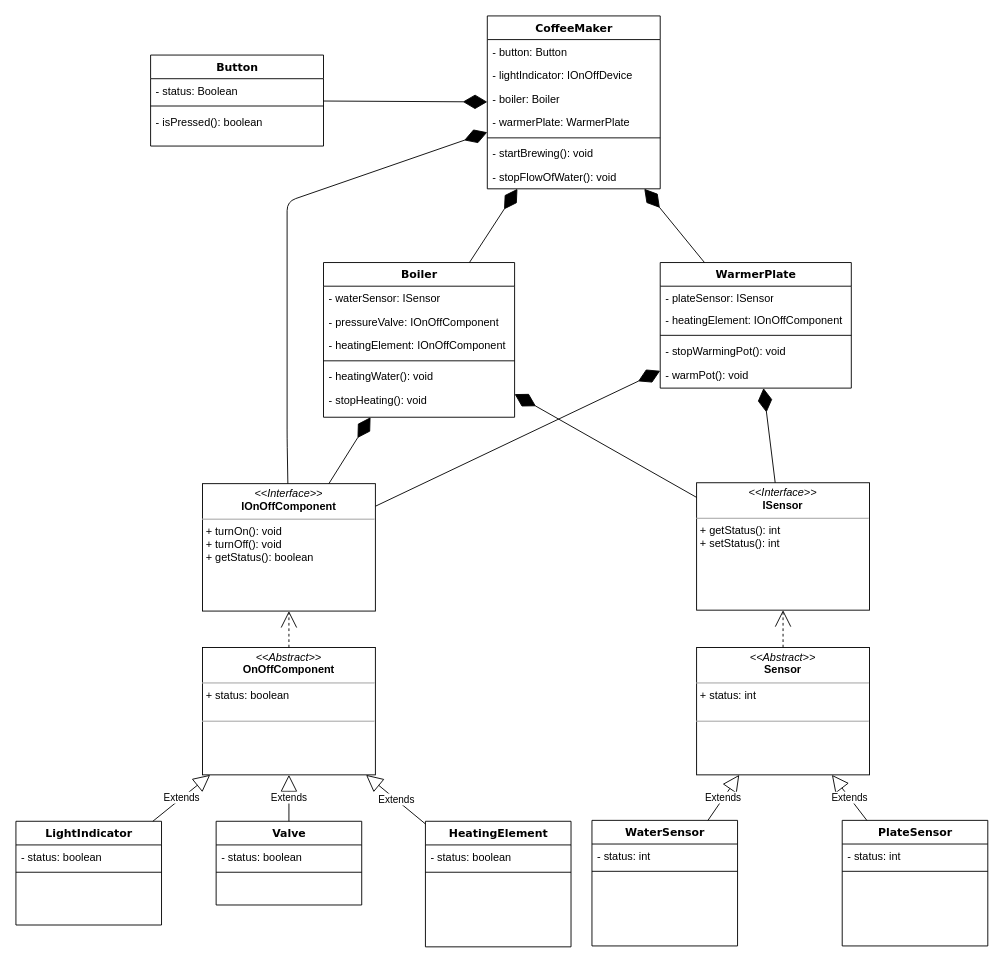
This is Resources/CoffeeMaker.drawio from aburgosu/CoffeeMaker-JAM, a draw.io file, before an edit. Source tidied: cells renumbered, new cells numbered last; positions are measured from the earlier drawing's top-left corner, leaving out a move shared by most shapes. Both pictures are drawn from the tidied source at 91%, with x=0, y=0 at pixel (15, 15).
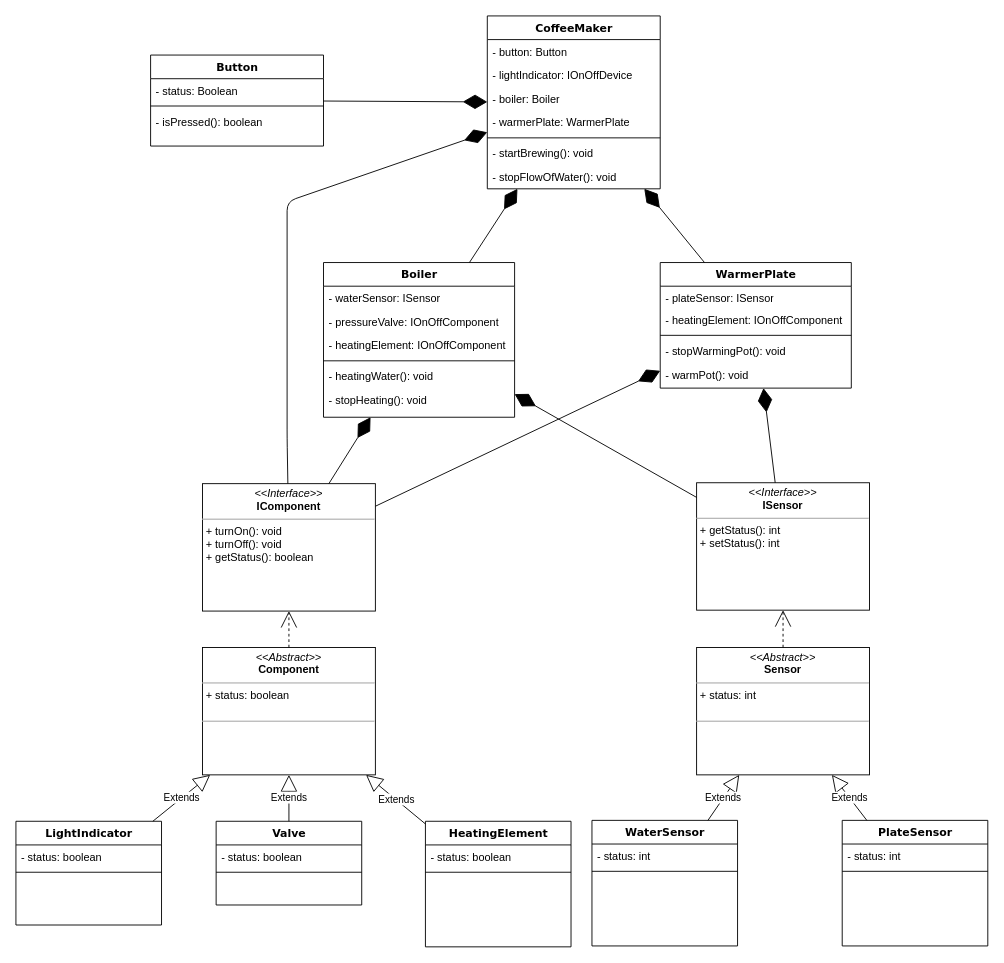
Above is the later version.

Diff of the diagram source:
```diff
@@
-    <mxCell id="11" value="&lt;p style=&quot;margin: 0px ; margin-top: 4px ; text-align: center&quot;&gt;&lt;i&gt;&amp;lt;&amp;lt;Interface&amp;gt;&amp;gt;&lt;/i&gt;&lt;br&gt;&lt;b&gt;IOnOffComponent&lt;/b&gt;&lt;/p&gt;&lt;hr size=&quot;1&quot;&gt;&lt;p style=&quot;margin: 0px ; margin-left: 4px&quot;&gt;&lt;/p&gt;&lt;p style=&quot;margin: 0px ; margin-left: 4px&quot;&gt;+ turnOn(): void&lt;br&gt;+ turnOff(): void&lt;/p&gt;&lt;p style=&quot;margin: 0px ; margin-left: 4px&quot;&gt;+ getStatus(): boolean&lt;/p&gt;" style="verticalAlign=top;align=left;overflow=fill;fontSize=12;fontFamily=Helvetica;html=1;rounded=0;shadow=0;comic=0;labelBackgroundColor=none;strokeColor=#000000;strokeWidth=1;fillColor=#ffffff;" parent="1" vertex="1">
+    <mxCell id="11" value="&lt;p style=&quot;margin: 0px ; margin-top: 4px ; text-align: center&quot;&gt;&lt;i&gt;&amp;lt;&amp;lt;Interface&amp;gt;&amp;gt;&lt;/i&gt;&lt;br&gt;&lt;b&gt;IComponent&lt;/b&gt;&lt;/p&gt;&lt;hr size=&quot;1&quot;&gt;&lt;p style=&quot;margin: 0px ; margin-left: 4px&quot;&gt;&lt;/p&gt;&lt;p style=&quot;margin: 0px ; margin-left: 4px&quot;&gt;+ turnOn(): void&lt;br&gt;+ turnOff(): void&lt;/p&gt;&lt;p style=&quot;margin: 0px ; margin-left: 4px&quot;&gt;+ getStatus(): boolean&lt;/p&gt;" style="verticalAlign=top;align=left;overflow=fill;fontSize=12;fontFamily=Helvetica;html=1;rounded=0;shadow=0;comic=0;labelBackgroundColor=none;strokeColor=#000000;strokeWidth=1;fillColor=#ffffff;" parent="1" vertex="1">
       <mxGeometry x="205" y="514" width="190" height="140" as="geometry" />
     </mxCell>
@@
-    <mxCell id="56" value="&lt;p style=&quot;margin: 0px ; margin-top: 4px ; text-align: center&quot;&gt;&lt;i&gt;&amp;lt;&amp;lt;Abstract&amp;gt;&amp;gt;&lt;/i&gt;&lt;br&gt;&lt;b&gt;OnOffComponent&lt;/b&gt;&lt;/p&gt;&lt;hr size=&quot;1&quot;&gt;&lt;p style=&quot;margin: 0px ; margin-left: 4px&quot;&gt;+ status: boolean&lt;br&gt;&lt;br&gt;&lt;/p&gt;&lt;hr size=&quot;1&quot;&gt;&lt;p style=&quot;margin: 0px ; margin-left: 4px&quot;&gt;&lt;br&gt;&lt;/p&gt;" style="verticalAlign=top;align=left;overflow=fill;fontSize=12;fontFamily=Helvetica;html=1;rounded=0;shadow=0;comic=0;labelBackgroundColor=none;strokeColor=#000000;strokeWidth=1;fillColor=#ffffff;" parent="1" vertex="1">
+    <mxCell id="56" value="&lt;p style=&quot;margin: 0px ; margin-top: 4px ; text-align: center&quot;&gt;&lt;i&gt;&amp;lt;&amp;lt;Abstract&amp;gt;&amp;gt;&lt;/i&gt;&lt;br&gt;&lt;b&gt;Component&lt;/b&gt;&lt;/p&gt;&lt;hr size=&quot;1&quot;&gt;&lt;p style=&quot;margin: 0px ; margin-left: 4px&quot;&gt;+ status: boolean&lt;br&gt;&lt;br&gt;&lt;/p&gt;&lt;hr size=&quot;1&quot;&gt;&lt;p style=&quot;margin: 0px ; margin-left: 4px&quot;&gt;&lt;br&gt;&lt;/p&gt;" style="verticalAlign=top;align=left;overflow=fill;fontSize=12;fontFamily=Helvetica;html=1;rounded=0;shadow=0;comic=0;labelBackgroundColor=none;strokeColor=#000000;strokeWidth=1;fillColor=#ffffff;" parent="1" vertex="1">
       <mxGeometry x="205" y="694" width="190" height="140" as="geometry" />
     </mxCell>
```
